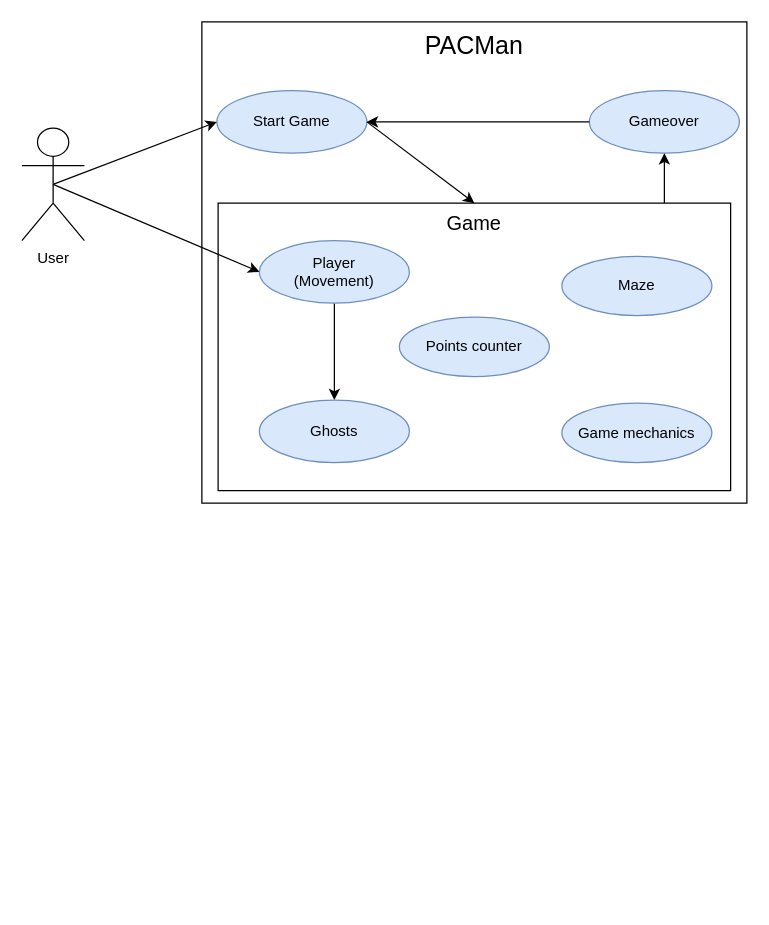
Earlier version of the draw.io diagram Planung/Kontextdiagramm/Kontextdiagramm.drawio (flurin-b/PMSwEng). Source tidied: cells renumbered, new cells numbered last; positions are measured from the earlier drawing's top-left corner, leaving out a move shared by most shapes. Both pictures are drawn from the tidied source at 125%, with x=0, y=0 at pixel (21, 21).
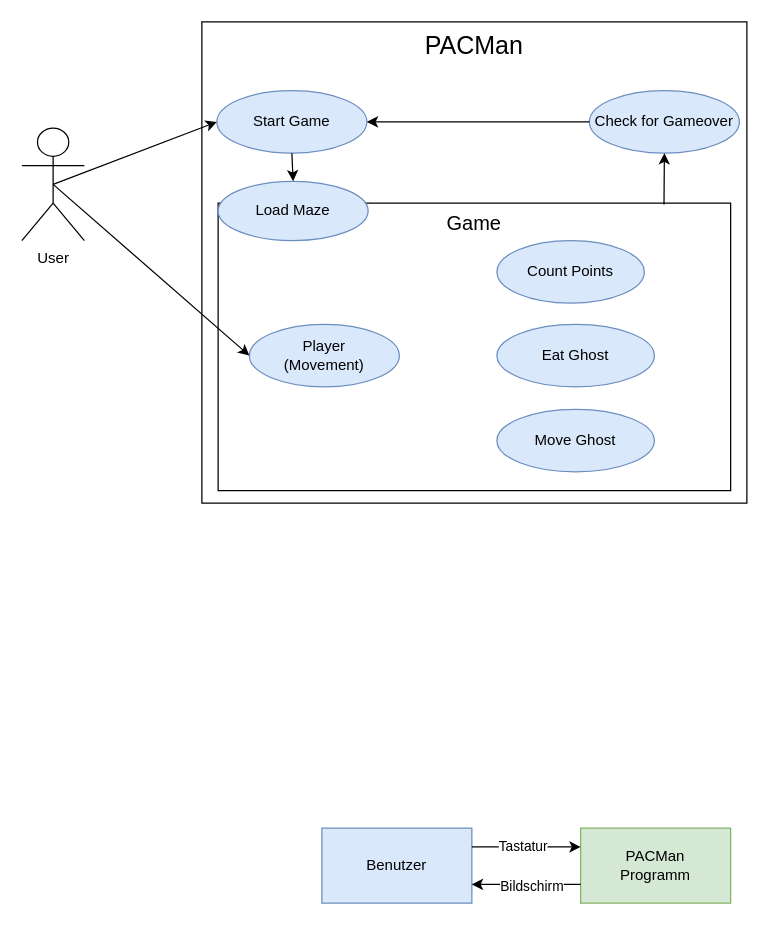
The same page after the edit.

Commit message:
Hardwareübersicht hinzugefügt, Systemübersicht aktualisiert

The change refers to these unchanged cells:
```xml
<mxCell id="3" value="Game&lt;br style=&quot;font-size: 16px;&quot;&gt;" style="rounded=0;whiteSpace=wrap;html=1;verticalAlign=top;align=center;fontSize=16;" parent="1" vertex="1">
  <mxGeometry x="157" y="145" width="410" height="230" as="geometry" />
</mxCell>
<mxCell id="7" value="Start Game" style="ellipse;whiteSpace=wrap;html=1;fillColor=#dae8fc;strokeColor=#6c8ebf;" parent="1" vertex="1">
  <mxGeometry x="156" y="55" width="120" height="50" as="geometry" />
</mxCell>
```

Diff of the diagram source:
```diff
@@
-    <mxCell id="5" style="edgeStyle=orthogonalEdgeStyle;rounded=0;jettySize=auto;html=1;" parent="1" edge="1" source="6" target="16">
-      <mxGeometry relative="1" as="geometry" />
-    </mxCell>
     <mxCell id="6" value="Player&lt;br&gt;(Movement)" style="ellipse;whiteSpace=wrap;html=1;fillColor=#dae8fc;strokeColor=#6c8ebf;" parent="1" vertex="1">
-      <mxGeometry x="190" y="175" width="120" height="50" as="geometry" />
+      <mxGeometry x="182" y="242" width="120" height="50" as="geometry" />
     </mxCell>
@@
-    <mxCell id="8" value="Points counter" style="ellipse;whiteSpace=wrap;html=1;fillColor=#dae8fc;strokeColor=#6c8ebf;" parent="1" vertex="1">
-      <mxGeometry x="302" y="236.2" width="120" height="47.5" as="geometry" />
-    </mxCell>
@@
-    <mxCell id="11" value="Gameover" style="ellipse;whiteSpace=wrap;html=1;fillColor=#dae8fc;strokeColor=#6c8ebf;" parent="1" vertex="1">
+    <mxCell id="11" value="Check for Gameover" style="ellipse;whiteSpace=wrap;html=1;fillColor=#dae8fc;strokeColor=#6c8ebf;" parent="1" vertex="1">
       <mxGeometry x="454" y="55" width="120" height="50" as="geometry" />
     </mxCell>
-    <mxCell id="12" style="endArrow=classic;html=1;rounded=0;exitX=1;exitY=0.5;exitDx=0;exitDy=0;entryX=0.5;entryY=0;entryDx=0;entryDy=0;" parent="1" edge="1" source="7" target="3">
-      <mxGeometry relative="1" as="geometry" />
-    </mxCell>
-    <mxCell id="13" style="endArrow=classic;html=1;rounded=0;entryX=0.5;entryY=1;entryDx=0;entryDy=0;" parent="1" edge="1" target="11">
-      <mxGeometry relative="1" as="geometry">
-        <mxPoint x="514" y="145" as="sourcePoint" />
-      </mxGeometry>
-    </mxCell>
@@
-    <mxCell id="15" value="Game mechanics" style="ellipse;whiteSpace=wrap;html=1;fillColor=#dae8fc;strokeColor=#6c8ebf;" parent="1" vertex="1">
-      <mxGeometry x="432" y="305" width="120" height="47.5" as="geometry" />
-    </mxCell>
-    <mxCell id="16" value="Ghosts" style="ellipse;whiteSpace=wrap;html=1;fillColor=#dae8fc;strokeColor=#6c8ebf;" parent="1" vertex="1">
-      <mxGeometry x="190" y="302.5" width="120" height="50" as="geometry" />
-    </mxCell>
-    <mxCell id="17" value="Maze&lt;br&gt;" style="ellipse;whiteSpace=wrap;html=1;fillColor=#dae8fc;strokeColor=#6c8ebf;" parent="1" vertex="1">
-      <mxGeometry x="432" y="187.5" width="120" height="47.5" as="geometry" />
+    <mxCell id="17" value="Load Maze" style="ellipse;whiteSpace=wrap;html=1;fillColor=#dae8fc;strokeColor=#6c8ebf;" parent="1" vertex="1">
+      <mxGeometry x="157" y="127.5" width="120" height="47.5" as="geometry" />
     </mxCell>
+    <mxCell id="18" value="Benutzer&lt;br&gt;" style="rounded=0;whiteSpace=wrap;html=1;fillColor=#dae8fc;strokeColor=#6c8ebf;" parent="1" vertex="1">
+      <mxGeometry x="240" y="645" width="120" height="60" as="geometry" />
+    </mxCell>
+    <mxCell id="19" value="PACMan&lt;br&gt;Programm" style="rounded=0;whiteSpace=wrap;html=1;fillColor=#d5e8d4;strokeColor=#82b366;" parent="1" vertex="1">
+      <mxGeometry x="447" y="645" width="120" height="60" as="geometry" />
+    </mxCell>
+    <mxCell id="20" style="endArrow=classic;html=1;rounded=0;entryX=0;entryY=0.25;entryDx=0;entryDy=0;exitX=1;exitY=0.25;exitDx=0;exitDy=0;" parent="1" edge="1" source="18" target="19">
+      <mxGeometry relative="1" as="geometry" />
+    </mxCell>
+    <mxCell id="21" value="Tastatur" style="edgeLabel;html=1;align=center;verticalAlign=middle;" parent="20" vertex="1">
+      <mxGeometry x="-0.08" y="-1" relative="1" as="geometry">
+        <mxPoint y="-2" as="offset" />
+      </mxGeometry>
+    </mxCell>
+    <mxCell id="22" style="endArrow=classic;html=1;rounded=0;entryX=1;entryY=0.75;entryDx=0;entryDy=0;exitX=0;exitY=0.75;exitDx=0;exitDy=0;" parent="1" edge="1" source="19" target="18">
+      <mxGeometry relative="1" as="geometry" />
+    </mxCell>
+    <mxCell id="23" value="Bildschirm" style="edgeLabel;html=1;align=center;verticalAlign=middle;" parent="22" vertex="1">
+      <mxGeometry x="-0.08" y="-1" relative="1" as="geometry">
+        <mxPoint y="2" as="offset" />
+      </mxGeometry>
+    </mxCell>
+    <mxCell id="24" style="endArrow=classic;html=1;rounded=0;exitX=0.5;exitY=1;exitDx=0;exitDy=0;entryX=0.5;entryY=0;entryDx=0;entryDy=0;" parent="1" edge="1" source="7" target="17">
+      <mxGeometry relative="1" as="geometry" />
+    </mxCell>
+    <mxCell id="25" value="Eat Ghost" style="ellipse;whiteSpace=wrap;html=1;fillColor=#dae8fc;strokeColor=#6c8ebf;" parent="1" vertex="1">
+      <mxGeometry x="380" y="242" width="126" height="50" as="geometry" />
+    </mxCell>
+    <mxCell id="26" style="endArrow=classic;html=1;rounded=0;entryX=0.5;entryY=1;entryDx=0;entryDy=0;exitX=0.87;exitY=0.005;exitDx=0;exitDy=0;exitPerimeter=0;" parent="1" edge="1" source="3" target="11">
+      <mxGeometry relative="1" as="geometry" />
+    </mxCell>
+    <mxCell id="27" value="Count Points" style="ellipse;whiteSpace=wrap;html=1;fillColor=#dae8fc;strokeColor=#6c8ebf;" parent="1" vertex="1">
+      <mxGeometry x="380" y="175" width="118" height="50" as="geometry" />
+    </mxCell>
+    <mxCell id="28" value="Move Ghost" style="ellipse;whiteSpace=wrap;html=1;fillColor=#dae8fc;strokeColor=#6c8ebf;" parent="1" vertex="1">
+      <mxGeometry x="380" y="310" width="126" height="50" as="geometry" />
+    </mxCell>
```
